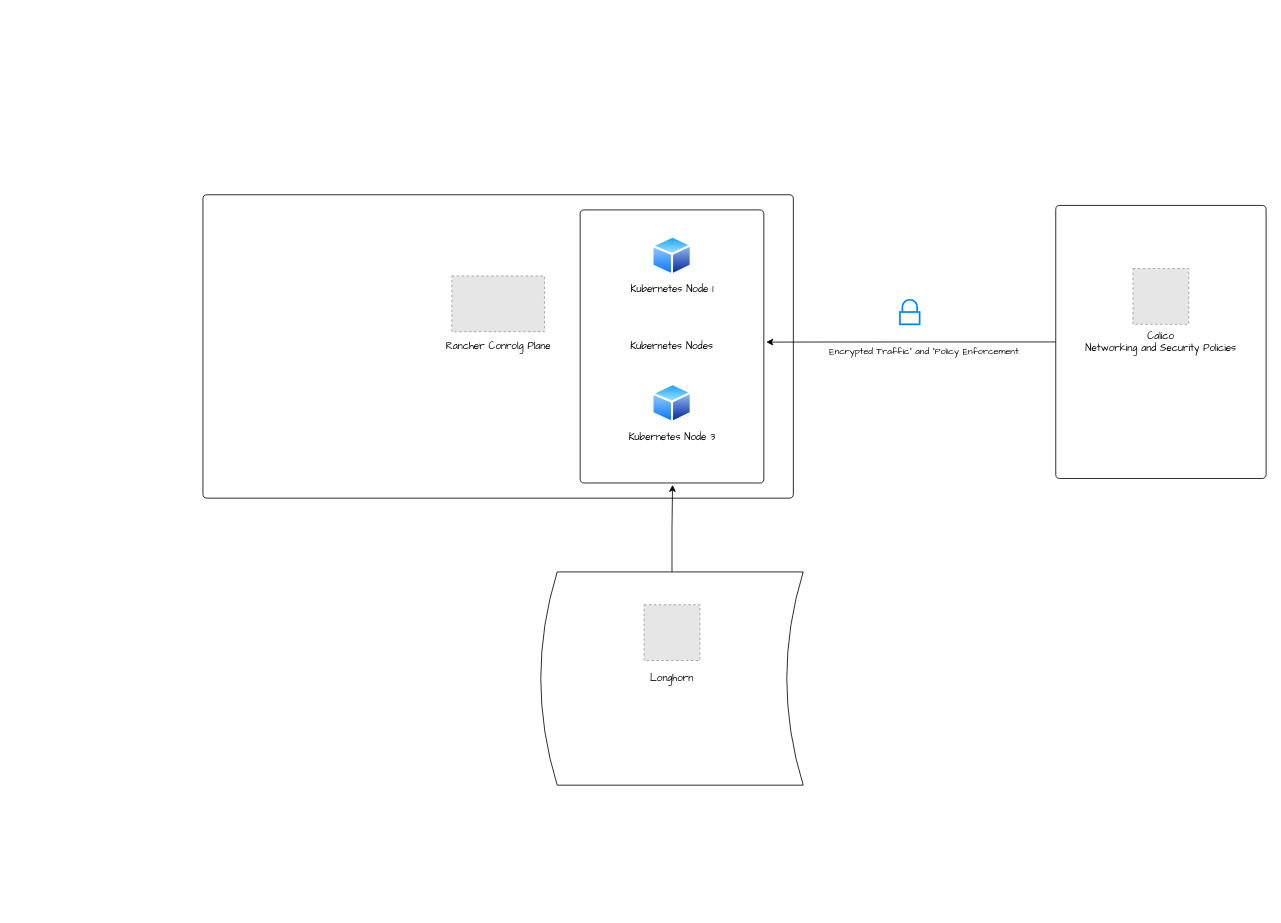
Before: Untitled Diagram02.drawio in nathanaelnienaber/tmrw-docs-public, a draw.io diagram. Source tidied: cells renumbered, new cells numbered last; positions are measured from the earlier drawing's top-left corner, leaving out a move shared by most shapes. Both pictures are drawn from the tidied source at 82%, with x=0, y=0 at pixel (203, 194). Pictures stored in the file or linked from it are replaced by grey dashed boxes.
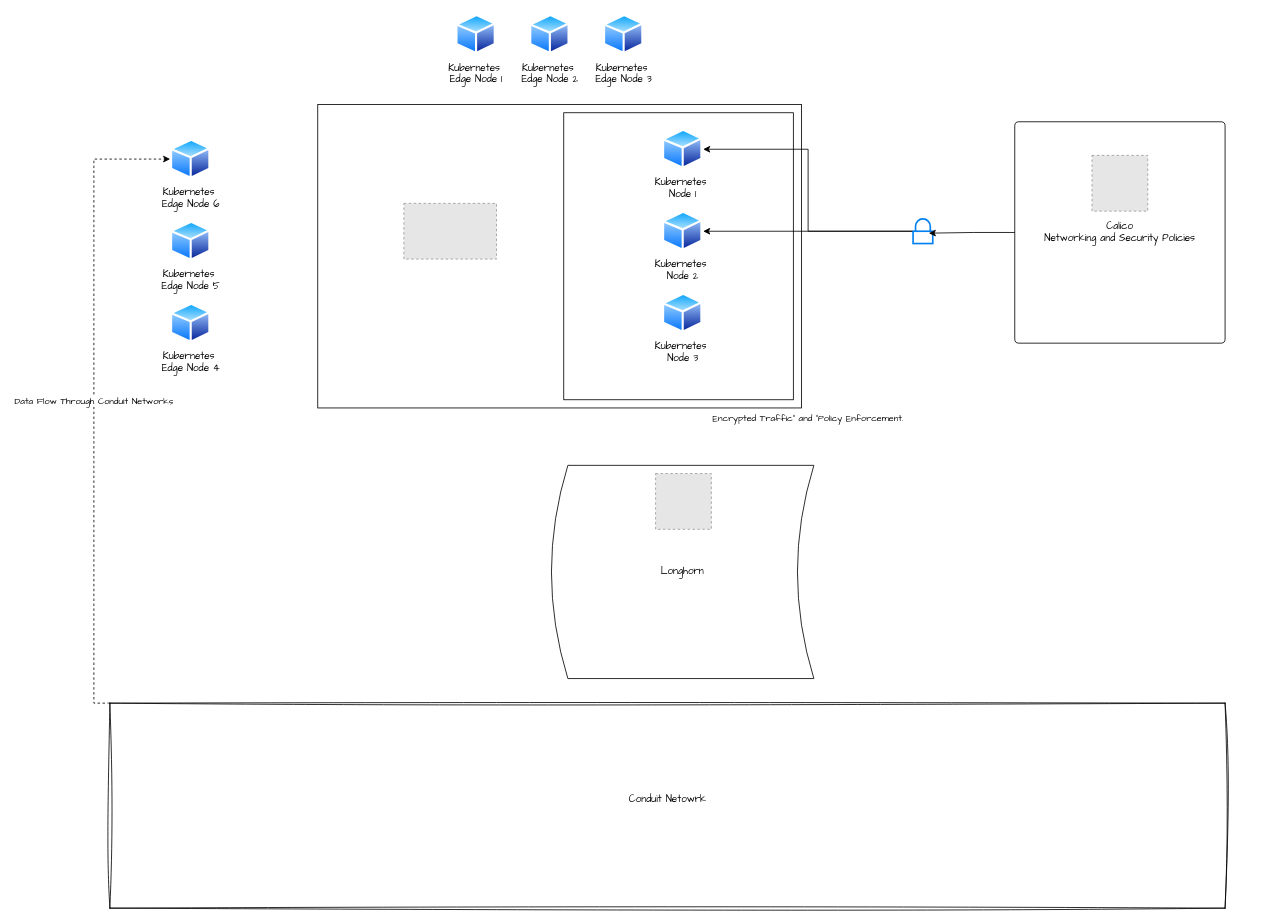
The same page after the edit.

The edit, as a diff of the source:
```diff
@@
-    <mxCell id="2" value="Rancher Conrolg Plane" style="rounded=1;absoluteArcSize=1;html=1;arcSize=10;hachureGap=4;fontFamily=Architects Daughter;" parent="1" vertex="1">
-      <mxGeometry width="720" height="370" as="geometry" />
-    </mxCell>
-    <mxCell id="3" style="html=1;shape=mxgraph.er.anchor;whiteSpace=wrap;sketch=1;hachureGap=4;jiggle=2;curveFitting=1;fontFamily=Architects Daughter;" parent="2" vertex="1">
-      <mxGeometry width="360" height="370" as="geometry" />
-    </mxCell>
-    <mxCell id="4" value="Kubernetes Nodes" style="rounded=1;absoluteArcSize=1;html=1;arcSize=10;whiteSpace=wrap;points=[];strokeColor=inherit;fillColor=inherit;hachureGap=4;fontFamily=Architects Daughter;" parent="2" vertex="1">
-      <mxGeometry x="460" y="18.5" width="224" height="333" as="geometry" />
-    </mxCell>
-    <mxCell id="5" value="Kubernetes Node 1" style="image;perimeter=ellipsePerimeter;html=1;align=center;shadow=0;dashed=0;spacingTop=3;image=img/lib/active_directory/generic_node.svg;sketch=1;hachureGap=4;jiggle=2;curveFitting=1;fontFamily=Architects Daughter;" parent="2" vertex="1">
-      <mxGeometry x="547" y="50" width="50" height="49" as="geometry" />
-    </mxCell>
-    <mxCell id="6" value="Kubernetes Node 3" style="image;perimeter=ellipsePerimeter;html=1;align=center;shadow=0;dashed=0;spacingTop=3;image=img/lib/active_directory/generic_node.svg;sketch=1;hachureGap=4;jiggle=2;curveFitting=1;fontFamily=Architects Daughter;" parent="2" vertex="1">
-      <mxGeometry x="547" y="230" width="50" height="49" as="geometry" />
-    </mxCell>
-    <mxCell id="7" style="fillColor=#E6E6E6;strokeColor=#999999;dashed=1;verticalLabelPosition=bottom;verticalAlign=top;html=1;align=center;fontSize=12;fontFamily=Architects Daughter;" parent="2" vertex="1">
-      <mxGeometry x="303.5" y="99" width="113" height="68" as="geometry" />
-    </mxCell>
     <mxCell id="8" value="Calico&lt;div&gt;Networking and Security Policies&lt;/div&gt;" style="rounded=1;absoluteArcSize=1;html=1;arcSize=10;whiteSpace=wrap;points=[];strokeColor=inherit;fillColor=inherit;hachureGap=4;fontFamily=Architects Daughter;" parent="1" vertex="1">
-      <mxGeometry x="1040" y="13" width="256.5" height="333" as="geometry" />
+      <mxGeometry x="990" y="-89" width="256.5" height="270" as="geometry" />
     </mxCell>
-    <mxCell id="9" style="edgeStyle=orthogonalEdgeStyle;rounded=0;hachureGap=4;jettySize=auto;html=1;fontFamily=Architects Daughter;entryX=1.013;entryY=0.484;entryDx=0;entryDy=0;entryPerimeter=0;" parent="1" edge="1" source="8" target="4">
-      <mxGeometry relative="1" as="geometry" />
-    </mxCell>
-    <mxCell id="10" value="Encrypted Traffic&quot; and &quot;Policy Enforcement." style="edgeLabel;html=1;align=center;verticalAlign=middle;sketch=1;hachureGap=4;jiggle=2;curveFitting=1;fontFamily=Architects Daughter;" parent="9" vertex="1">
-      <mxGeometry x="-0.02" relative="1" as="geometry">
-        <mxPoint x="12" y="11" as="offset" />
-      </mxGeometry>
-    </mxCell>
-    <mxCell id="11" style="html=1;verticalLabelPosition=bottom;align=center;labelBackgroundColor=#ffffff;verticalAlign=top;strokeWidth=2;strokeColor=#0080F0;shadow=0;dashed=0;shape=mxgraph.ios7.icons.locked;hachureGap=4;fontFamily=Architects Daughter;" parent="1" vertex="1">
-      <mxGeometry x="850" y="128" width="24" height="30" as="geometry" />
-    </mxCell>
     <mxCell id="12" style="fillColor=#E6E6E6;strokeColor=#999999;dashed=1;verticalLabelPosition=bottom;verticalAlign=top;html=1;align=center;fontSize=12;fontFamily=Architects Daughter;" parent="1" vertex="1">
-      <mxGeometry x="1134.2" y="90" width="68" height="68" as="geometry" />
+      <mxGeometry x="1084.2" y="-48" width="68" height="68" as="geometry" />
     </mxCell>
     <mxCell id="13" value="Longhorn" style="shape=dataStorage;whiteSpace=wrap;html=1;fixedSize=1;hachureGap=4;fontFamily=Architects Daughter;" parent="1" vertex="1">
-      <mxGeometry x="412" y="460" width="320" height="260" as="geometry" />
+      <mxGeometry x="425" y="330" width="320" height="260" as="geometry" />
     </mxCell>
     <mxCell id="14" style="fillColor=#E6E6E6;strokeColor=#999999;dashed=1;verticalLabelPosition=bottom;verticalAlign=top;html=1;align=center;fontSize=12;fontFamily=Architects Daughter;" parent="1" vertex="1">
-      <mxGeometry x="538" y="500" width="68" height="68" as="geometry" />
+      <mxGeometry x="552" y="340" width="68" height="68" as="geometry" />
     </mxCell>
-    <mxCell id="15" style="edgeStyle=orthogonalEdgeStyle;rounded=0;hachureGap=4;jettySize=auto;html=1;entryX=0.503;entryY=1.007;entryDx=0;entryDy=0;entryPerimeter=0;fontFamily=Architects Daughter;" parent="1" edge="1" source="13" target="4">
-      <mxGeometry relative="1" as="geometry" />
-    </mxCell>
+    <mxCell id="16" value="Data Flow Through Conduit Networks" style="edgeStyle=orthogonalEdgeStyle;rounded=0;hachureGap=4;jettySize=auto;html=1;fontFamily=Architects Daughter;dashed=1;jumpStyle=none;exitX=0;exitY=0;exitDx=0;exitDy=0;entryX=0;entryY=0.5;entryDx=0;entryDy=0;" parent="1" edge="1" source="17" target="28">
+      <mxGeometry relative="1" as="geometry">
+        <Array as="points">
+          <mxPoint x="-133" y="620" />
+          <mxPoint x="-130" y="150" />
+          <mxPoint x="-133" y="-43" />
+        </Array>
+      </mxGeometry>
+    </mxCell>
+    <mxCell id="17" value="Conduit Netowrk&lt;div&gt;&lt;br&gt;&lt;/div&gt;" style="whiteSpace=wrap;html=1;sketch=1;hachureGap=4;jiggle=2;curveFitting=1;fontFamily=Architects Daughter;" parent="1" vertex="1">
+      <mxGeometry x="-113.5" y="620" width="1360" height="250" as="geometry" />
+    </mxCell>
+    <mxCell id="18" value="Kubernetes&amp;nbsp;&lt;div&gt;Edge Node 1&lt;/div&gt;" style="image;perimeter=ellipsePerimeter;html=1;align=center;shadow=0;dashed=0;spacingTop=3;image=img/lib/active_directory/generic_node.svg;sketch=1;hachureGap=4;jiggle=2;curveFitting=1;fontFamily=Architects Daughter;" parent="1" vertex="1">
+      <mxGeometry x="308" y="-220" width="50" height="49" as="geometry" />
+    </mxCell>
+    <mxCell id="19" value="Kubernetes&amp;nbsp;&lt;div&gt;Edge Node 2&lt;/div&gt;" style="image;perimeter=ellipsePerimeter;html=1;align=center;shadow=0;dashed=0;spacingTop=3;image=img/lib/active_directory/generic_node.svg;sketch=1;hachureGap=4;jiggle=2;curveFitting=1;fontFamily=Architects Daughter;" parent="1" vertex="1">
+      <mxGeometry x="398" y="-220" width="50" height="49" as="geometry" />
+    </mxCell>
+    <mxCell id="20" value="Kubernetes&amp;nbsp;&lt;div&gt;Edge Node 3&lt;/div&gt;" style="image;perimeter=ellipsePerimeter;html=1;align=center;shadow=0;dashed=0;spacingTop=3;image=img/lib/active_directory/generic_node.svg;sketch=1;hachureGap=4;jiggle=2;curveFitting=1;fontFamily=Architects Daughter;" parent="1" vertex="1">
+      <mxGeometry x="488" y="-220" width="50" height="49" as="geometry" />
+    </mxCell>
+    <mxCell id="21" style="rounded=0;whiteSpace=wrap;html=1;hachureGap=4;fontFamily=Architects Daughter;" parent="1" vertex="1">
+      <mxGeometry x="140" y="-110" width="590" height="370" as="geometry" />
+    </mxCell>
+    <mxCell id="22" style="rounded=0;whiteSpace=wrap;html=1;hachureGap=4;fontFamily=Architects Daughter;" parent="1" vertex="1">
+      <mxGeometry x="440" y="-100" width="280" height="350" as="geometry" />
+    </mxCell>
+    <mxCell id="7" style="fillColor=#E6E6E6;strokeColor=#999999;dashed=1;verticalLabelPosition=bottom;verticalAlign=top;html=1;align=center;fontSize=12;fontFamily=Architects Daughter;" parent="1" vertex="1">
+      <mxGeometry x="245" y="10.5" width="113" height="68" as="geometry" />
+    </mxCell>
+    <mxCell id="6" value="Kubernetes&amp;nbsp;&lt;div&gt;Node 2&lt;/div&gt;" style="image;perimeter=ellipsePerimeter;html=1;align=center;shadow=0;dashed=0;spacingTop=3;image=img/lib/active_directory/generic_node.svg;sketch=1;hachureGap=4;jiggle=2;curveFitting=1;fontFamily=Architects Daughter;" parent="1" vertex="1">
+      <mxGeometry x="560" y="20" width="50" height="49" as="geometry" />
+    </mxCell>
+    <mxCell id="5" value="Kubernetes&amp;nbsp;&lt;div&gt;Node 1&lt;/div&gt;" style="image;perimeter=ellipsePerimeter;html=1;align=center;shadow=0;dashed=0;spacingTop=3;image=img/lib/active_directory/generic_node.svg;sketch=1;hachureGap=4;jiggle=2;curveFitting=1;fontFamily=Architects Daughter;" parent="1" vertex="1">
+      <mxGeometry x="560" y="-80" width="50" height="49" as="geometry" />
+    </mxCell>
+    <mxCell id="23" style="edgeStyle=orthogonalEdgeStyle;rounded=0;hachureGap=4;jettySize=auto;html=1;entryX=1;entryY=0.5;entryDx=0;entryDy=0;fontFamily=Architects Daughter;" parent="1" edge="1" source="11" target="5">
+      <mxGeometry relative="1" as="geometry" />
+    </mxCell>
+    <mxCell id="24" style="edgeStyle=orthogonalEdgeStyle;rounded=0;hachureGap=4;jettySize=auto;html=1;entryX=1;entryY=0.5;entryDx=0;entryDy=0;fontFamily=Architects Daughter;" parent="1" edge="1" source="11" target="6">
+      <mxGeometry relative="1" as="geometry" />
+    </mxCell>
+    <mxCell id="11" style="html=1;verticalLabelPosition=bottom;align=center;labelBackgroundColor=#ffffff;verticalAlign=top;strokeWidth=2;strokeColor=#0080F0;shadow=0;dashed=0;shape=mxgraph.ios7.icons.locked;hachureGap=4;fontFamily=Architects Daughter;" parent="1" vertex="1">
+      <mxGeometry x="866" y="29.5" width="24" height="30" as="geometry" />
+    </mxCell>
+    <mxCell id="10" value="&lt;span style=&quot;color: rgb(0, 0, 0); font-family: &amp;quot;Architects Daughter&amp;quot;; font-size: 11px; font-style: normal; font-variant-ligatures: normal; font-variant-caps: normal; font-weight: 400; letter-spacing: normal; orphans: 2; text-align: center; text-indent: 0px; text-transform: none; widows: 2; word-spacing: 0px; -webkit-text-stroke-width: 0px; white-space: nowrap; background-color: rgb(255, 255, 255); text-decoration-thickness: initial; text-decoration-style: initial; text-decoration-color: initial; display: inline !important; float: none;&quot;&gt;Encrypted Traffic&quot; and &quot;Policy Enforcement.&lt;/span&gt;" style="text;whiteSpace=wrap;html=1;fontFamily=Architects Daughter;" parent="1" vertex="1">
+      <mxGeometry x="620" y="260" width="270" height="40" as="geometry" />
+    </mxCell>
+    <mxCell id="25" style="edgeStyle=orthogonalEdgeStyle;rounded=0;hachureGap=4;jettySize=auto;html=1;entryX=0.799;entryY=0.578;entryDx=0;entryDy=0;entryPerimeter=0;fontFamily=Architects Daughter;" parent="1" edge="1" source="8" target="11">
+      <mxGeometry relative="1" as="geometry" />
+    </mxCell>
+    <mxCell id="26" value="Kubernetes&amp;nbsp;&lt;div&gt;Node 3&lt;/div&gt;" style="image;perimeter=ellipsePerimeter;html=1;align=center;shadow=0;dashed=0;spacingTop=3;image=img/lib/active_directory/generic_node.svg;sketch=1;hachureGap=4;jiggle=2;curveFitting=1;fontFamily=Architects Daughter;" parent="1" vertex="1">
+      <mxGeometry x="560" y="120" width="50" height="49" as="geometry" />
+    </mxCell>
+    <mxCell id="27" value="Kubernetes&amp;nbsp;&lt;div&gt;Edge Node 5&lt;/div&gt;" style="image;perimeter=ellipsePerimeter;html=1;align=center;shadow=0;dashed=0;spacingTop=3;image=img/lib/active_directory/generic_node.svg;sketch=1;hachureGap=4;jiggle=2;curveFitting=1;fontFamily=Architects Daughter;" parent="1" vertex="1">
+      <mxGeometry x="-40" y="32" width="50" height="49" as="geometry" />
+    </mxCell>
+    <mxCell id="28" value="Kubernetes&amp;nbsp;&lt;div&gt;Edge Node 6&lt;/div&gt;" style="image;perimeter=ellipsePerimeter;html=1;align=center;shadow=0;dashed=0;spacingTop=3;image=img/lib/active_directory/generic_node.svg;sketch=1;hachureGap=4;jiggle=2;curveFitting=1;fontFamily=Architects Daughter;" parent="1" vertex="1">
+      <mxGeometry x="-40" y="-68" width="50" height="49" as="geometry" />
+    </mxCell>
+    <mxCell id="29" value="Kubernetes&amp;nbsp;&lt;div&gt;Edge Node 4&lt;/div&gt;" style="image;perimeter=ellipsePerimeter;html=1;align=center;shadow=0;dashed=0;spacingTop=3;image=img/lib/active_directory/generic_node.svg;sketch=1;hachureGap=4;jiggle=2;curveFitting=1;fontFamily=Architects Daughter;" parent="1" vertex="1">
+      <mxGeometry x="-40" y="132" width="50" height="49" as="geometry" />
+    </mxCell>
```
